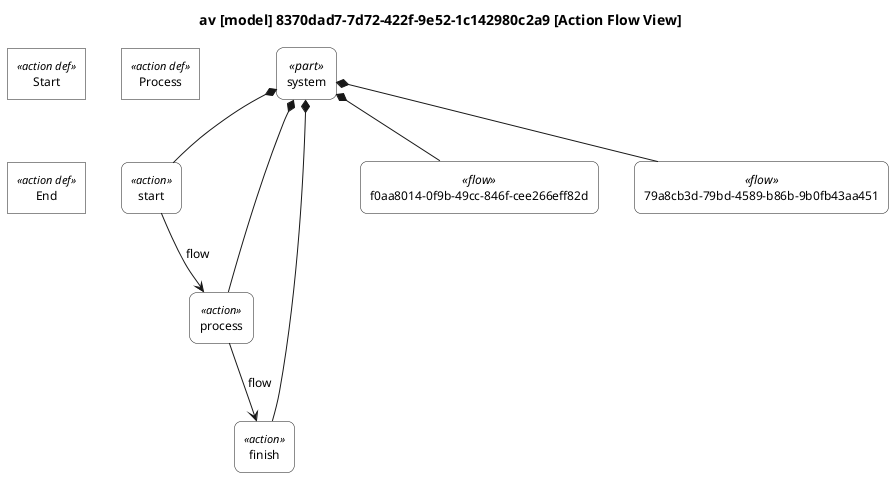
mycr0ft/sysml2py keeps this PlantUML diagram as docs/plantuml-examples/10-action-flow-view.png. Above is the earlier version.
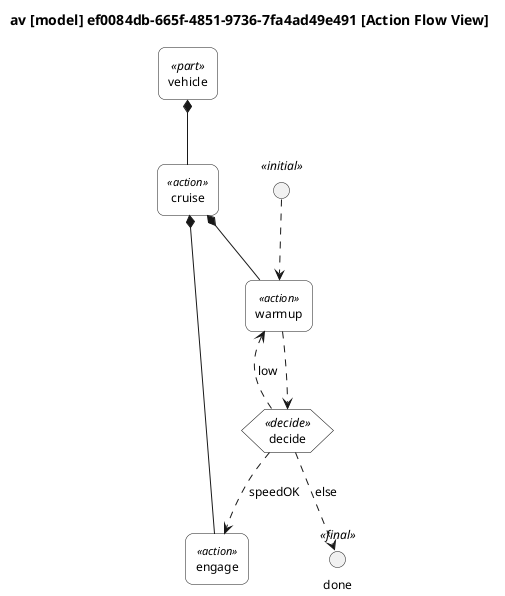
The same file after the commit.

What changed in the source:
```diff
@@ -52,30 +52,43 @@
 skinparam rectangle<<action>> {
     StereotypeFontSize 11
 }
+skinparam circle<<initial>> {
+    BackgroundColor black
+    BorderColor black
+}
+skinparam circle<<final>> {
+    BackgroundColor white
+    BorderColor black
+}
+skinparam hexagon {
+    BackgroundColor white
+    BorderColor black
+}
 
 top to bottom direction
 
-title av [model] 8370dad7-7d72-422f-9e52-1c142980c2a9 [Action Flow View]
+title av [model] ef0084db-665f-4851-9736-7fa4ad49e491 [Action Flow View]
 
 hide circle
 
-rectangle "Start" as E1 <<action def>>
-rectangle "Process" as E2 <<action def>>
-rectangle "End" as E3 <<action def>>
-rectangle "system" as E4 <<part>>
-rectangle "start" as E5 <<action>>
-rectangle "process" as E6 <<action>>
-rectangle "finish" as E7 <<action>>
-rectangle "f0aa8014-0f9b-49cc-846f-cee266eff82d" as E8 <<flow>>
-rectangle "79a8cb3d-79bd-4589-b86b-9b0fb43aa451" as E9 <<flow>>
+rectangle "vehicle" as E1 <<part>>
+rectangle "cruise" as E2 <<action>>
+rectangle "warmup" as E4 <<action>>
+rectangle "engage" as E5 <<action>>
 
-E4 *-- E5
-E4 *-- E6
-E4 *-- E7
-E4 *-- E8
-E4 *-- E9
+E1 *-- E2
+E2 *-- E4
+E2 *-- E5
 
-E5 --> E6 : flow
-E6 --> E7 : flow
+
+circle " " as CN1 <<initial>>
+CN1 ..> E4
+hexagon "decide" as CN2 <<decide>>
+E4 ..> CN2
+CN2 ..> E5 : speedOK
+CN2 ..> E4 : low
+circle "done" as CN3 <<final>>
+CN2 ..> CN3 : else
+
 
 @enduml
```
